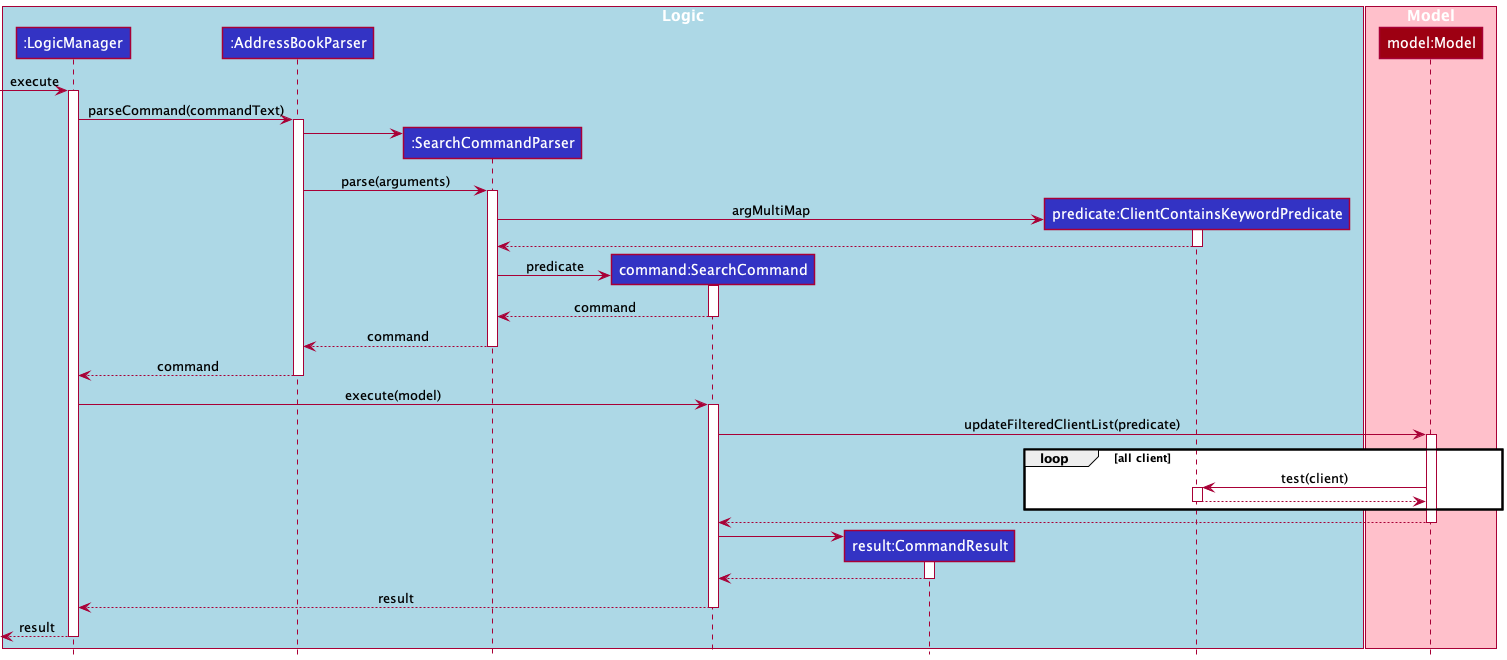
Before: docs/images/tracing/SearchCommandSequenceDiagram.png, a diagram exported from PlantUML (nus-cs2103-AY2122S1/tp). Its diagram source:
```plantuml
@startuml
!include ../style.puml

box "Logic" #LightBlue
Participant ":LogicManager" as logic LOGIC_COLOR
Participant ":AddressBookParser" as abp LOGIC_COLOR
Participant ":SearchCommandParser" as fcp LOGIC_COLOR
Participant "command:SearchCommand" as fc LOGIC_COLOR
Participant "result:CommandResult" as cr LOGIC_COLOR
Participant "predicate:ClientContainsKeywordPredicate" as pckp LOGIC_COLOR
end box
box "Model" #Pink
Participant "model:Model" as model MODEL_COLOR
end box

[-> logic : execute
activate logic
logic -> abp ++: parseCommand(commandText)
create fcp
abp -> fcp
abp -> fcp ++: parse(arguments)
create pckp
fcp -> pckp ++: argMultiMap
pckp --> fcp --:
create fc
fcp -> fc ++: predicate
fc --> fcp --: command
fcp --> abp --: command
abp --> logic --: command
logic -> fc ++: execute(model)
fc -> model ++: updateFilteredClientList(predicate)
loop all client
    model -> pckp ++: test(client)
    pckp --> model --
end
model --> fc --:
create cr
fc -> cr ++:
cr --> fc --:
fc --> logic --: result
logic -->[ --: result



@enduml
```
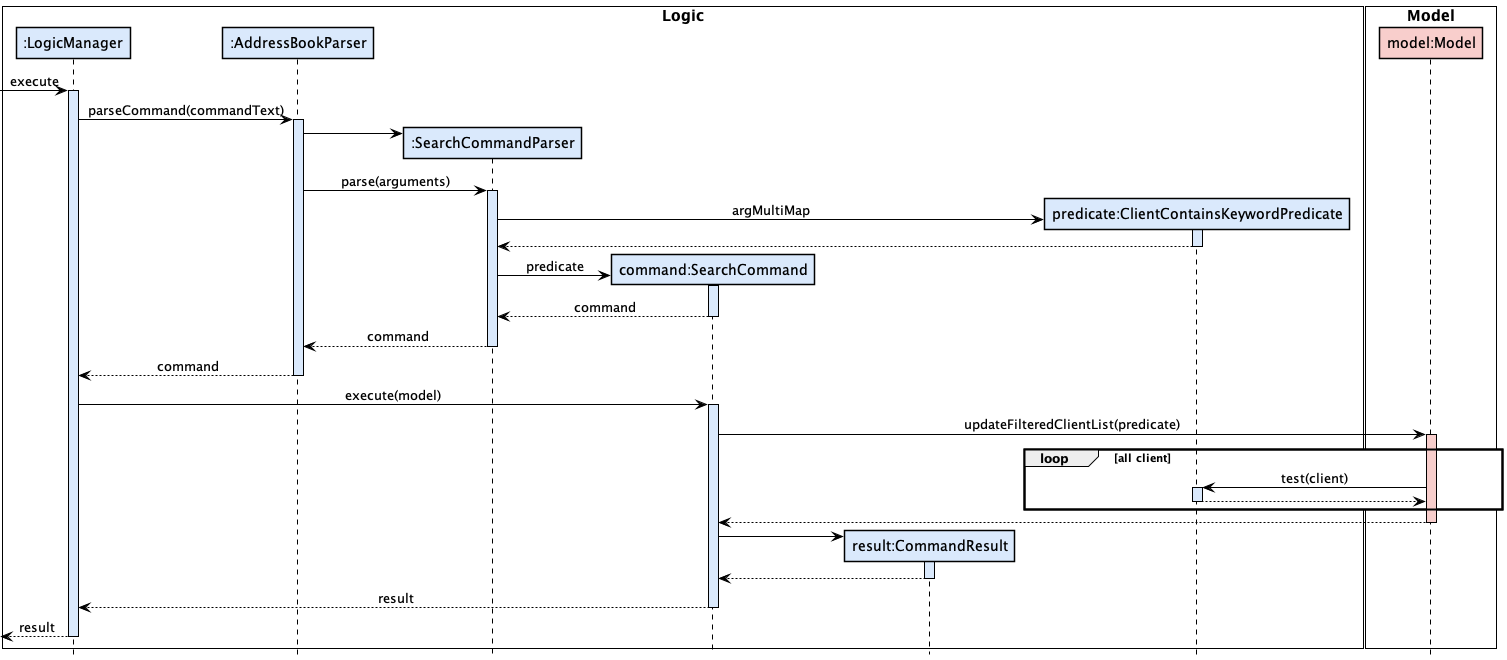
After the change.

What changed in the source:
```diff
@@ -1,7 +1,7 @@
 @startuml
 !include ../style.puml
 
-box "Logic" #LightBlue
+box "Logic" #FFFFFF
 Participant ":LogicManager" as logic LOGIC_COLOR
 Participant ":AddressBookParser" as abp LOGIC_COLOR
 Participant ":SearchCommandParser" as fcp LOGIC_COLOR
@@ -9,33 +9,34 @@
 Participant "result:CommandResult" as cr LOGIC_COLOR
 Participant "predicate:ClientContainsKeywordPredicate" as pckp LOGIC_COLOR
 end box
-box "Model" #Pink
+box "Model" #FFFFFF
 Participant "model:Model" as model MODEL_COLOR
 end box
 
+skinparam sequenceBoxBorderColor #black
 [-> logic : execute
-activate logic
-logic -> abp ++: parseCommand(commandText)
+activate logic LOGIC_COLOR
+logic -> abp ++ LOGIC_COLOR: parseCommand(commandText)
 create fcp
 abp -> fcp
-abp -> fcp ++: parse(arguments)
+abp -> fcp ++ LOGIC_COLOR: parse(arguments)
 create pckp
-fcp -> pckp ++: argMultiMap
+fcp -> pckp ++ LOGIC_COLOR: argMultiMap
 pckp --> fcp --:
 create fc
-fcp -> fc ++: predicate
+fcp -> fc ++ LOGIC_COLOR: predicate
 fc --> fcp --: command
 fcp --> abp --: command
 abp --> logic --: command
-logic -> fc ++: execute(model)
-fc -> model ++: updateFilteredClientList(predicate)
+logic -> fc ++ LOGIC_COLOR: execute(model)
+fc -> model ++ MODEL_COLOR: updateFilteredClientList(predicate)
 loop all client
-    model -> pckp ++: test(client)
+    model -> pckp ++ LOGIC_COLOR: test(client)
     pckp --> model --
 end
 model --> fc --:
 create cr
-fc -> cr ++:
+fc -> cr ++ LOGIC_COLOR:
 cr --> fc --:
 fc --> logic --: result
 logic -->[ --: result
```
